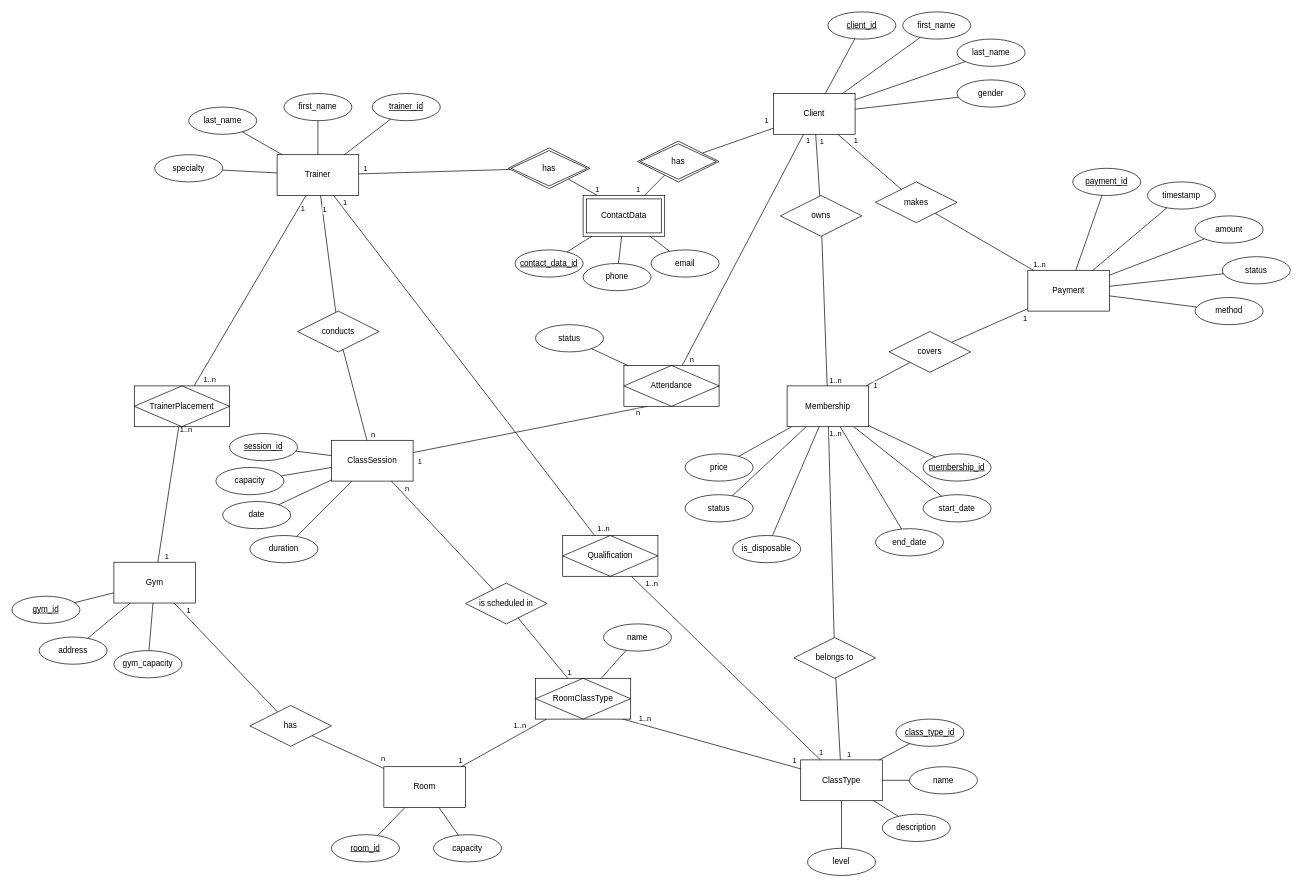
This is diagrams/chen/chen-diagram.drawio.xml from AnnKuts/PeremohaSports, a draw.io file, before an edit. Source tidied: cells renumbered, new cells numbered last; positions are measured from the earlier drawing's top-left corner, leaving out a move shared by most shapes. Both pictures are drawn from the tidied source at 68%, with x=0, y=0 at pixel (12, 12).
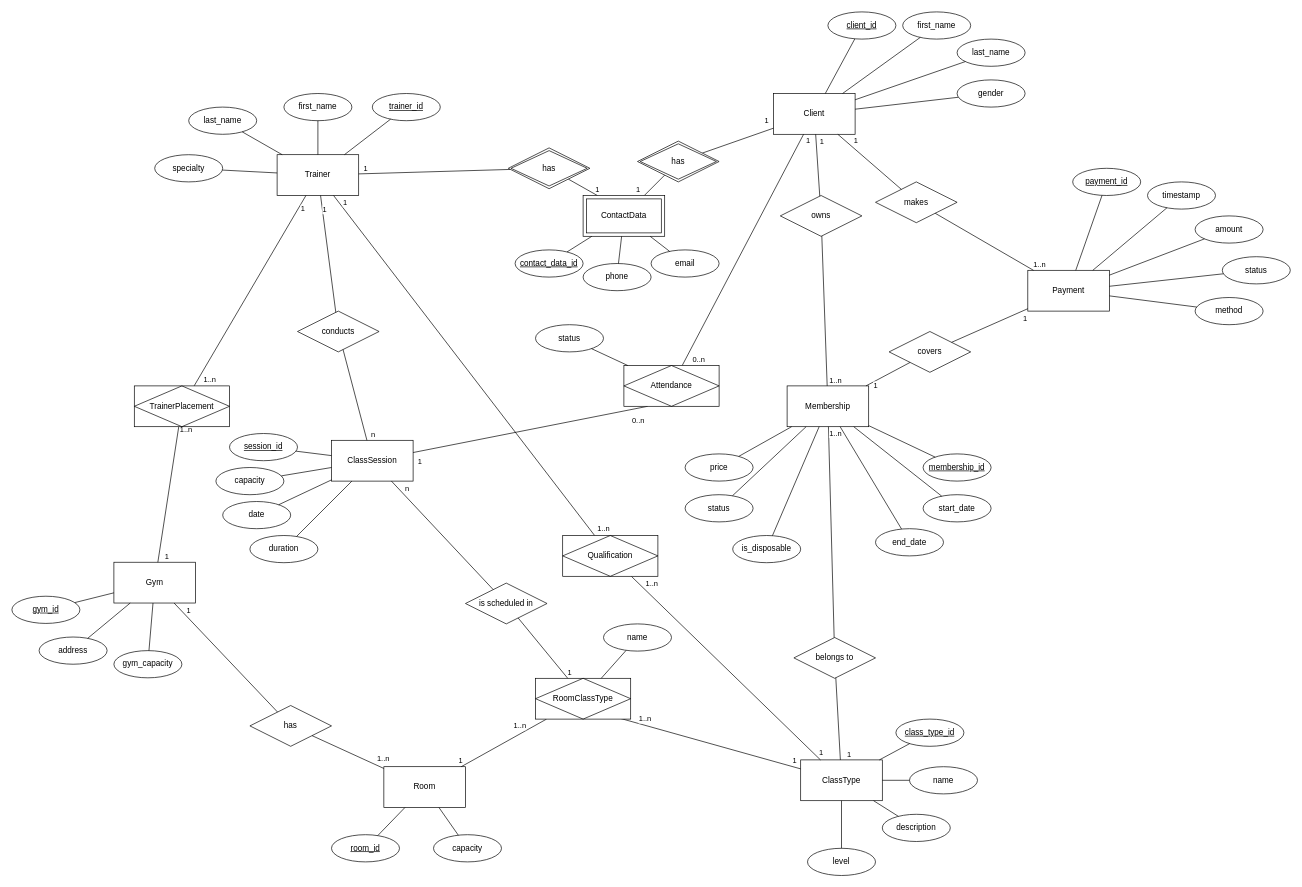
The same page after the edit.

Commit message (it also covers changes not shown here):
docs: update chen and crow's foot diagrams

The change refers to these unchanged cells:
```xml
<mxCell id="64" style="endArrow=none;html=1;rounded=0;" parent="1" edge="1" source="7" target="61">
  <mxGeometry relative="1" as="geometry" />
</mxCell>
<mxCell id="66" style="endArrow=none;html=1;rounded=0;" parent="1" edge="1" source="2" target="122">
  <mxGeometry relative="1" as="geometry" />
</mxCell>
<mxCell id="69" style="endArrow=none;html=1;rounded=0;exitX=0.25;exitY=1;exitDx=0;exitDy=0;" parent="1" edge="1" source="122">
  <mxGeometry relative="1" as="geometry">
    <mxPoint x="590" y="648" as="targetPoint" />
  </mxGeometry>
</mxCell>
```

The edit, as a diff of the source:
```diff
@@
-    <mxCell id="65" value="n" style="edgeLabel;html=1;align=center;verticalAlign=middle;" parent="64" vertex="1">
+    <mxCell id="65" value="1..n" style="edgeLabel;html=1;align=center;verticalAlign=middle;" parent="64" vertex="1">
       <mxGeometry x="-0.78" relative="1" as="geometry">
         <mxPoint x="10" y="-10" as="offset" />
       </mxGeometry>
     </mxCell>
@@
-    <mxCell id="68" value="n" style="edgeLabel;html=1;align=center;verticalAlign=middle;" parent="66" vertex="1">
+    <mxCell id="68" value="0..n" style="edgeLabel;html=1;align=center;verticalAlign=middle;" parent="66" vertex="1">
       <mxGeometry x="0.94" y="3" relative="1" as="geometry">
-        <mxPoint x="6" as="offset" />
+        <mxPoint x="16" as="offset" />
       </mxGeometry>
     </mxCell>
@@
-    <mxCell id="70" value="n" style="edgeLabel;html=1;align=center;verticalAlign=middle;" parent="69" vertex="1">
+    <mxCell id="70" value="0..n" style="edgeLabel;html=1;align=center;verticalAlign=middle;" parent="69" vertex="1">
       <mxGeometry x="-0.87" y="2" relative="1" as="geometry">
-        <mxPoint x="8" y="3" as="offset" />
+        <mxPoint x="8" y="14" as="offset" />
       </mxGeometry>
     </mxCell>
```
